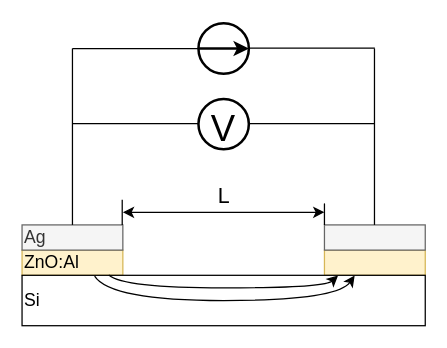
Before: images/TLM_drawing.drawio in peltBartvan/msc-thesis, a draw.io diagram. Source tidied: cells renumbered, new cells numbered last; positions are measured from the earlier drawing's top-left corner, leaving out a move shared by most shapes. Both pictures are drawn from the tidied source at 126%, with x=0, y=0 at pixel (21, 23).
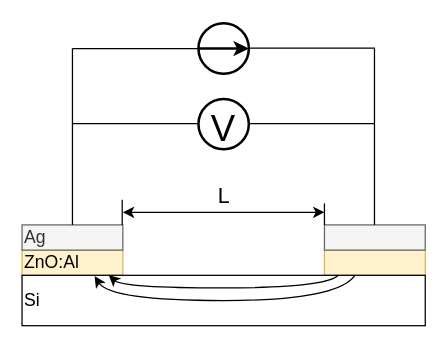
The same diagram, later.

Commit message (it also covers changes not shown here):
Flipped current arrows

Unchanged cells that the change refers to:
```xml
<mxCell id="3" style="rounded=0;whiteSpace=wrap;html=1;labelBackgroundColor=none;fontSize=17;strokeWidth=1;fillColor=#fff2cc;strokeColor=#d6b656;" parent="1" vertex="1">
  <mxGeometry x="240" y="180" width="80" height="20" as="geometry" />
</mxCell>
<mxCell id="9" value="&lt;font style=&quot;font-size: 14px;&quot;&gt;Si&lt;/font&gt;" style="rounded=0;whiteSpace=wrap;html=1;labelBackgroundColor=none;fontSize=14;strokeWidth=1;align=left;labelPosition=center;verticalLabelPosition=middle;verticalAlign=middle;" parent="1" vertex="1">
  <mxGeometry y="200" width="320" height="40" as="geometry" />
</mxCell>
```

What changed in the source:
```diff
@@
-    <mxCell id="10" style="curved=1;endArrow=classic;html=1;fontSize=17;strokeWidth=1;entryX=0.135;entryY=1.01;entryDx=0;entryDy=0;entryPerimeter=0;exitX=0.215;exitY=-0.005;exitDx=0;exitDy=0;exitPerimeter=0;" parent="1" edge="1" source="9" target="3">
+    <mxCell id="10" style="curved=1;endArrow=none;html=1;fontSize=17;strokeWidth=1;entryX=0.135;entryY=1.01;entryDx=0;entryDy=0;entryPerimeter=0;exitX=0.215;exitY=-0.005;exitDx=0;exitDy=0;exitPerimeter=0;startArrow=classic;startFill=1;endFill=0;" parent="1" edge="1" source="9" target="3">
       <mxGeometry relative="1" as="geometry">
         <Array as="points">
           <mxPoint x="80" y="210" />
           <mxPoint x="240" y="210" />
         </Array>
       </mxGeometry>
     </mxCell>
-    <mxCell id="11" style="curved=1;endArrow=classic;html=1;fontSize=17;strokeWidth=1;entryX=0.825;entryY=0.005;entryDx=0;entryDy=0;entryPerimeter=0;exitX=0.18;exitY=0.015;exitDx=0;exitDy=0;exitPerimeter=0;" parent="1" edge="1" source="9" target="9">
+    <mxCell id="11" style="curved=1;endArrow=none;html=1;fontSize=17;strokeWidth=1;entryX=0.825;entryY=0.005;entryDx=0;entryDy=0;entryPerimeter=0;exitX=0.18;exitY=0.015;exitDx=0;exitDy=0;exitPerimeter=0;startArrow=classic;startFill=1;endFill=0;" parent="1" edge="1" source="9" target="9">
       <mxGeometry relative="1" as="geometry">
         <Array as="points">
           <mxPoint x="70" y="220" />
           <mxPoint x="250" y="220" />
         </Array>
       </mxGeometry>
     </mxCell>
```
